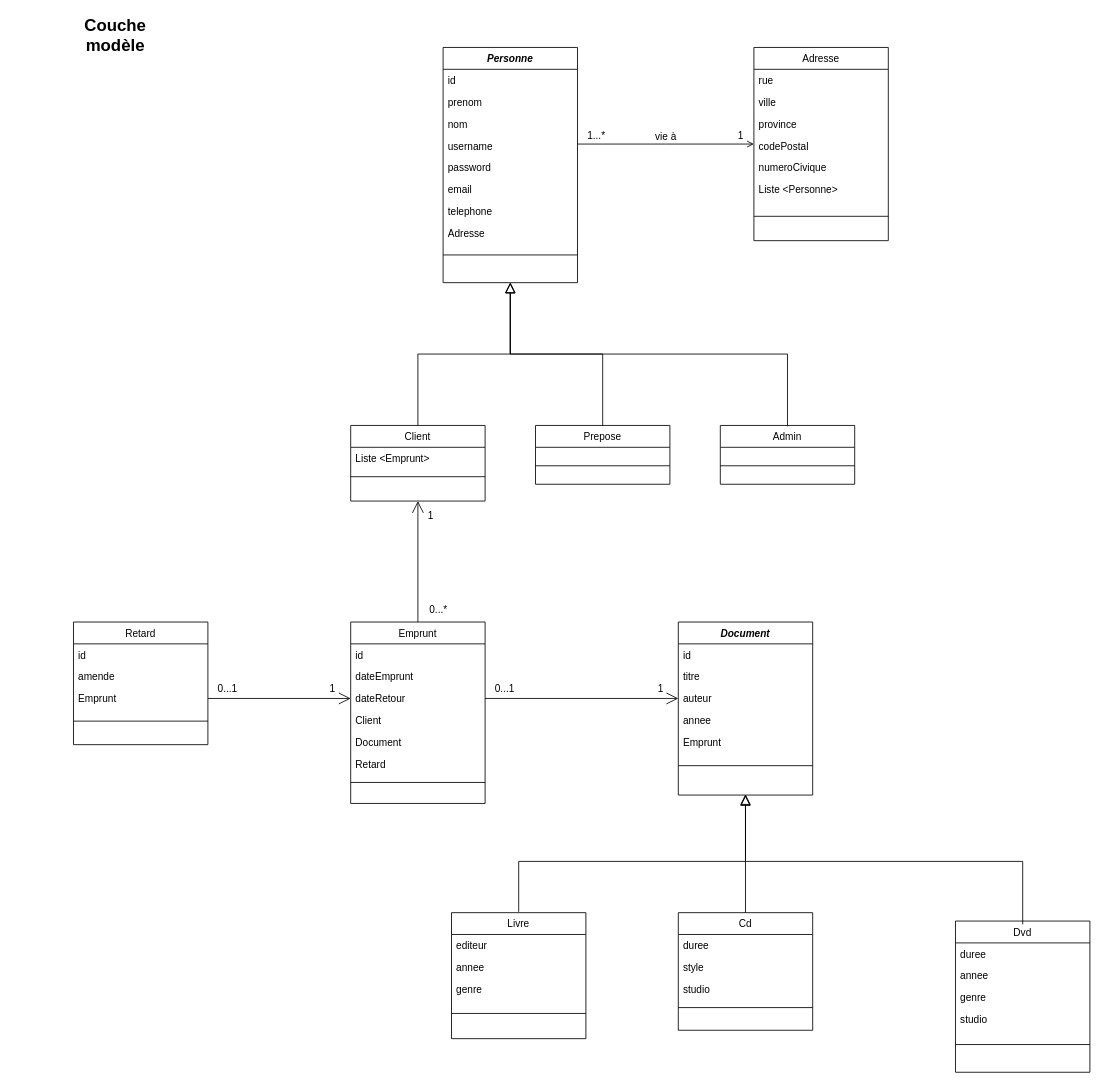
GCTWOrLD/gctTP2 keeps this draw.io diagram as GCT_Librarie_JavaTown.drawio. Above is the earlier version. Source tidied: cells renumbered, new cells numbered last; positions are measured from the earlier drawing's top-left corner, leaving out a move shared by most shapes. Both pictures are drawn from the tidied source at 84%, with x=0, y=0 at pixel (73, 22).
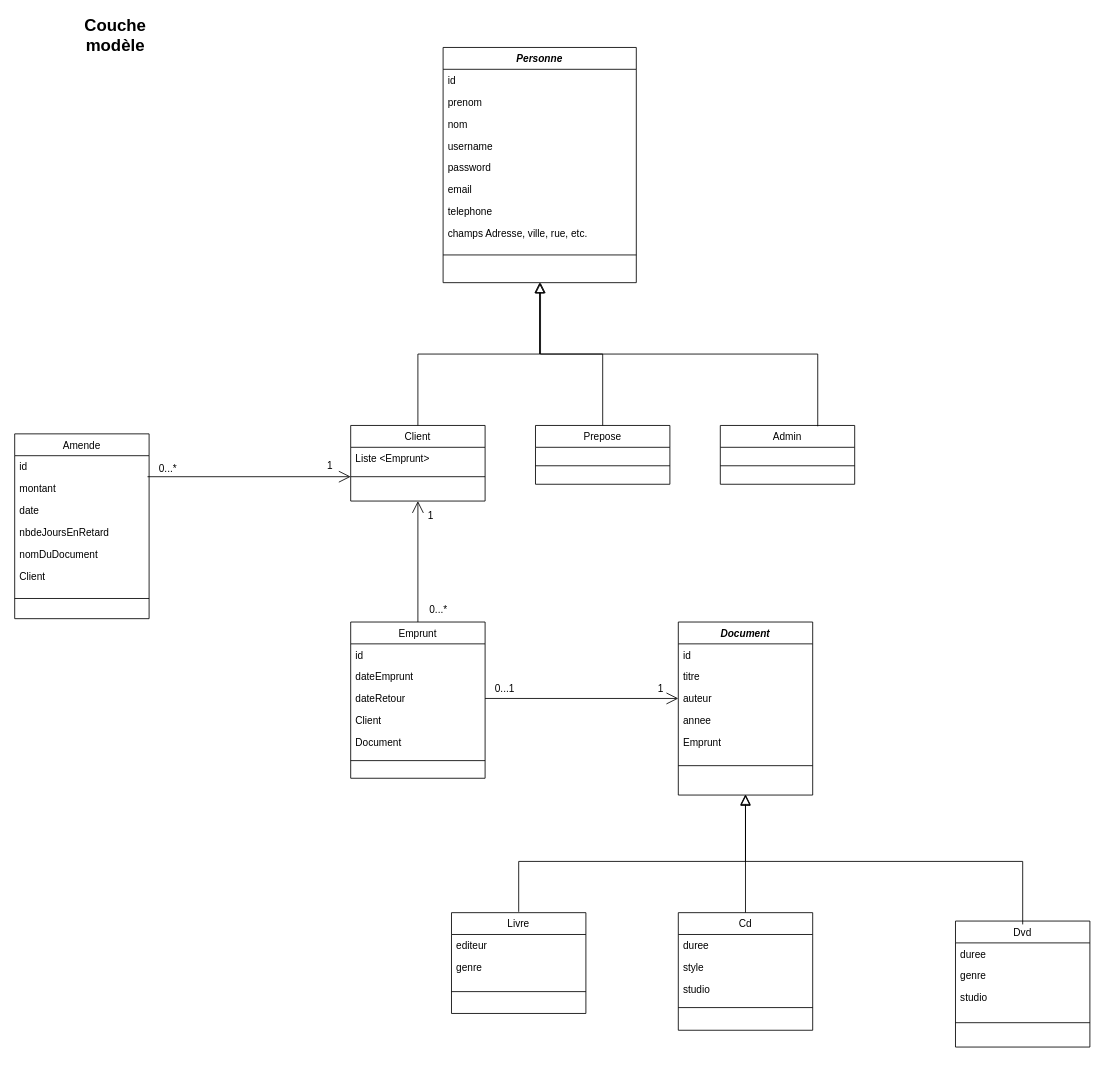
Above is the later version.

Commit message (it also covers changes not shown here):
Changements UML et couche Model pour TP2

Unchanged cells that the change refers to:
```xml
<mxCell id="37" value="dateRetour" style="text;align=left;verticalAlign=top;spacingLeft=4;spacingRight=4;overflow=hidden;points=[[0,0.5],[1,0.5]];portConstraint=eastwest;rounded=0;shadow=0;html=0;" parent="34" vertex="1">
  <mxGeometry y="78" width="160" height="26" as="geometry" />
</mxCell>
```

Diff of the diagram source:
```diff
@@
     <mxCell id="2" value="Personne" style="swimlane;fontStyle=3;align=center;verticalAlign=top;horizontal=1;startSize=26;rounded=0;shadow=0;strokeWidth=1;" parent="1" vertex="1">
-      <mxGeometry x="440" y="30" width="160" height="280" as="geometry" />
+      <mxGeometry x="440" y="30" width="230" height="280" as="geometry" />
     </mxCell>
     <mxCell id="3" value="id" style="text;align=left;verticalAlign=top;spacingLeft=4;spacingRight=4;overflow=hidden;" parent="2" vertex="1">
-      <mxGeometry y="26" width="160" height="26" as="geometry" />
+      <mxGeometry y="26" width="230" height="26" as="geometry" />
     </mxCell>
     <mxCell id="4" value="prenom" style="text;align=left;verticalAlign=top;spacingLeft=4;spacingRight=4;overflow=hidden;rounded=0;shadow=0;html=0;" parent="2" vertex="1">
-      <mxGeometry y="52" width="160" height="26" as="geometry" />
+      <mxGeometry y="52" width="230" height="26" as="geometry" />
     </mxCell>
     <mxCell id="5" value="nom" style="text;align=left;verticalAlign=top;spacingLeft=4;spacingRight=4;overflow=hidden;rounded=0;shadow=0;html=0;" parent="2" vertex="1">
-      <mxGeometry y="78" width="160" height="26" as="geometry" />
+      <mxGeometry y="78" width="230" height="26" as="geometry" />
     </mxCell>
     <mxCell id="6" value="username" style="text;align=left;verticalAlign=top;spacingLeft=4;spacingRight=4;overflow=hidden;rounded=0;shadow=0;html=0;" parent="2" vertex="1">
-      <mxGeometry y="104" width="160" height="26" as="geometry" />
+      <mxGeometry y="104" width="230" height="26" as="geometry" />
     </mxCell>
     <mxCell id="7" value="password" style="text;align=left;verticalAlign=top;spacingLeft=4;spacingRight=4;overflow=hidden;rounded=0;shadow=0;html=0;" parent="2" vertex="1">
-      <mxGeometry y="130" width="160" height="26" as="geometry" />
+      <mxGeometry y="130" width="230" height="26" as="geometry" />
     </mxCell>
     <mxCell id="8" value="email" style="text;align=left;verticalAlign=top;spacingLeft=4;spacingRight=4;overflow=hidden;rounded=0;shadow=0;html=0;" parent="2" vertex="1">
-      <mxGeometry y="156" width="160" height="26" as="geometry" />
+      <mxGeometry y="156" width="230" height="26" as="geometry" />
     </mxCell>
     <mxCell id="9" value="telephone" style="text;align=left;verticalAlign=top;spacingLeft=4;spacingRight=4;overflow=hidden;rounded=0;shadow=0;html=0;" parent="2" vertex="1">
-      <mxGeometry y="182" width="160" height="26" as="geometry" />
+      <mxGeometry y="182" width="230" height="26" as="geometry" />
     </mxCell>
-    <mxCell id="10" value="Adresse" style="text;align=left;verticalAlign=top;spacingLeft=4;spacingRight=4;overflow=hidden;rounded=0;shadow=0;html=0;" parent="2" vertex="1">
-      <mxGeometry y="208" width="160" height="26" as="geometry" />
+    <mxCell id="10" value="champs Adresse, ville, rue, etc." style="text;align=left;verticalAlign=top;spacingLeft=4;spacingRight=4;overflow=hidden;rounded=0;shadow=0;html=0;" parent="2" vertex="1">
+      <mxGeometry y="208" width="230" height="26" as="geometry" />
     </mxCell>
     <mxCell id="11" style="line;html=1;strokeWidth=1;align=left;verticalAlign=middle;spacingTop=-1;spacingLeft=3;spacingRight=3;labelPosition=right;" parent="2" vertex="1">
-      <mxGeometry y="234" width="160" height="26" as="geometry" />
+      <mxGeometry y="234" width="230" height="26" as="geometry" />
     </mxCell>
@@
-    <mxCell id="19" value="Adresse" style="swimlane;fontStyle=0;align=center;verticalAlign=top;horizontal=1;startSize=26;rounded=0;shadow=0;strokeWidth=1;" parent="1" vertex="1">
-      <mxGeometry x="810" y="30" width="160" height="230" as="geometry" />
-    </mxCell>
-    <mxCell id="20" value="rue" style="text;align=left;verticalAlign=top;spacingLeft=4;spacingRight=4;overflow=hidden;" parent="19" vertex="1">
-      <mxGeometry y="26" width="160" height="26" as="geometry" />
-    </mxCell>
-    <mxCell id="21" value="ville" style="text;align=left;verticalAlign=top;spacingLeft=4;spacingRight=4;overflow=hidden;rounded=0;shadow=0;html=0;" parent="19" vertex="1">
-      <mxGeometry y="52" width="160" height="26" as="geometry" />
-    </mxCell>
-    <mxCell id="22" value="province" style="text;align=left;verticalAlign=top;spacingLeft=4;spacingRight=4;overflow=hidden;rounded=0;shadow=0;html=0;" parent="19" vertex="1">
-      <mxGeometry y="78" width="160" height="26" as="geometry" />
-    </mxCell>
-    <mxCell id="23" value="codePostal" style="text;align=left;verticalAlign=top;spacingLeft=4;spacingRight=4;overflow=hidden;rounded=0;shadow=0;html=0;" parent="19" vertex="1">
-      <mxGeometry y="104" width="160" height="26" as="geometry" />
-    </mxCell>
-    <mxCell id="24" value="numeroCivique" style="text;align=left;verticalAlign=top;spacingLeft=4;spacingRight=4;overflow=hidden;rounded=0;shadow=0;html=0;" parent="19" vertex="1">
-      <mxGeometry y="130" width="160" height="26" as="geometry" />
-    </mxCell>
-    <mxCell id="25" value="Liste &lt;Personne&gt;" style="text;align=left;verticalAlign=top;spacingLeft=4;spacingRight=4;overflow=hidden;rounded=0;shadow=0;html=0;" parent="19" vertex="1">
-      <mxGeometry y="156" width="160" height="26" as="geometry" />
-    </mxCell>
-    <mxCell id="26" style="line;html=1;strokeWidth=1;align=left;verticalAlign=middle;spacingTop=-1;spacingLeft=3;spacingRight=3;labelPosition=right;" parent="19" vertex="1">
-      <mxGeometry y="182" width="160" height="38" as="geometry" />
-    </mxCell>
-    <mxCell id="27" style="endArrow=open;shadow=0;strokeWidth=1;rounded=0;endFill=1;edgeStyle=elbowEdgeStyle;elbow=vertical;" parent="1" edge="1" source="2" target="19">
-      <mxGeometry x="0.5" y="41" relative="1" as="geometry">
-        <mxPoint x="-40" y="32" as="offset" />
-      </mxGeometry>
-    </mxCell>
-    <mxCell id="28" value="1...*" style="align=left;verticalAlign=bottom;labelBackgroundColor=none;fontSize=12;" parent="27" vertex="1">
-      <mxGeometry x="-1" relative="1" as="geometry">
-        <mxPoint x="10" y="-2" as="offset" />
-      </mxGeometry>
-    </mxCell>
-    <mxCell id="29" value="1" style="align=right;verticalAlign=bottom;labelBackgroundColor=none;fontSize=12;" parent="27" vertex="1">
-      <mxGeometry x="1" relative="1" as="geometry">
-        <mxPoint x="-11" y="-2" as="offset" />
-      </mxGeometry>
-    </mxCell>
-    <mxCell id="30" value="vie à" style="text;html=1;align=center;verticalAlign=middle;labelBackgroundColor=none;rounded=0;shadow=0;strokeWidth=1;fontSize=12;" parent="27" vertex="1">
-      <mxGeometry x="0.5" y="49" relative="1" as="geometry">
-        <mxPoint x="-54" y="40" as="offset" />
-      </mxGeometry>
-    </mxCell>
@@
     <mxCell id="33" style="endArrow=block;endSize=10;endFill=0;shadow=0;strokeWidth=1;rounded=0;edgeStyle=elbowEdgeStyle;elbow=vertical;" parent="1" edge="1">
       <mxGeometry relative="1" as="geometry">
-        <mxPoint x="850" y="481" as="sourcePoint" />
-        <mxPoint x="520" y="310" as="targetPoint" />
+        <mxPoint x="886" y="481" as="sourcePoint" />
+        <mxPoint x="556" y="310" as="targetPoint" />
         <Array as="points">
-          <mxPoint x="550" y="395" />
-          <mxPoint x="610" y="406" />
+          <mxPoint x="586" y="395" />
+          <mxPoint x="646" y="406" />
         </Array>
       </mxGeometry>
     </mxCell>
     <mxCell id="34" value="Emprunt" style="swimlane;fontStyle=0;align=center;verticalAlign=top;horizontal=1;startSize=26;rounded=0;shadow=0;strokeWidth=1;" parent="1" vertex="1">
-      <mxGeometry x="330" y="714" width="160" height="216" as="geometry" />
+      <mxGeometry x="330" y="714" width="160" height="186" as="geometry" />
     </mxCell>
@@
-    <mxCell id="40" value="Retard" style="text;align=left;verticalAlign=top;spacingLeft=4;spacingRight=4;overflow=hidden;rounded=0;shadow=0;html=0;" parent="34" vertex="1">
-      <mxGeometry y="156" width="160" height="26" as="geometry" />
-    </mxCell>
     <mxCell id="41" style="line;html=1;strokeWidth=1;align=left;verticalAlign=middle;spacingTop=-1;spacingLeft=3;spacingRight=3;labelPosition=right;" parent="34" vertex="1">
-      <mxGeometry y="182" width="160" height="18" as="geometry" />
+      <mxGeometry y="156" width="160" height="18" as="geometry" />
     </mxCell>
@@
     <mxCell id="49" value="Livre" style="swimlane;fontStyle=0;align=center;verticalAlign=top;horizontal=1;startSize=26;rounded=0;shadow=0;strokeWidth=1;" parent="1" vertex="1">
-      <mxGeometry x="450" y="1060" width="160" height="150" as="geometry" />
+      <mxGeometry x="450" y="1060" width="160" height="120" as="geometry" />
     </mxCell>
@@
-    <mxCell id="51" value="annee" style="text;align=left;verticalAlign=top;spacingLeft=4;spacingRight=4;overflow=hidden;rounded=0;shadow=0;html=0;" parent="49" vertex="1">
-      <mxGeometry y="52" width="160" height="26" as="geometry" />
-    </mxCell>
     <mxCell id="52" value="genre" style="text;align=left;verticalAlign=top;spacingLeft=4;spacingRight=4;overflow=hidden;rounded=0;shadow=0;html=0;" parent="49" vertex="1">
-      <mxGeometry y="78" width="160" height="26" as="geometry" />
+      <mxGeometry y="52" width="160" height="26" as="geometry" />
     </mxCell>
     <mxCell id="53" style="line;html=1;strokeWidth=1;align=left;verticalAlign=middle;spacingTop=-1;spacingLeft=3;spacingRight=3;labelPosition=right;" parent="49" vertex="1">
-      <mxGeometry y="104" width="160" height="32" as="geometry" />
+      <mxGeometry y="78" width="160" height="32" as="geometry" />
     </mxCell>
@@
     <mxCell id="61" value="Dvd" style="swimlane;fontStyle=0;align=center;verticalAlign=top;horizontal=1;startSize=26;rounded=0;shadow=0;strokeWidth=1;" parent="1" vertex="1">
-      <mxGeometry x="1050" y="1070" width="160" height="180" as="geometry" />
+      <mxGeometry x="1050" y="1070" width="160" height="150" as="geometry" />
     </mxCell>
@@
-    <mxCell id="63" value="annee" style="text;align=left;verticalAlign=top;spacingLeft=4;spacingRight=4;overflow=hidden;rounded=0;shadow=0;html=0;" parent="61" vertex="1">
-      <mxGeometry y="52" width="160" height="26" as="geometry" />
-    </mxCell>
     <mxCell id="64" value="genre" style="text;align=left;verticalAlign=top;spacingLeft=4;spacingRight=4;overflow=hidden;rounded=0;shadow=0;html=0;" parent="61" vertex="1">
-      <mxGeometry y="78" width="160" height="26" as="geometry" />
+      <mxGeometry y="52" width="160" height="26" as="geometry" />
     </mxCell>
     <mxCell id="65" value="studio" style="text;align=left;verticalAlign=top;spacingLeft=4;spacingRight=4;overflow=hidden;rounded=0;shadow=0;html=0;" parent="61" vertex="1">
-      <mxGeometry y="104" width="160" height="26" as="geometry" />
+      <mxGeometry y="78" width="160" height="26" as="geometry" />
     </mxCell>
     <mxCell id="66" style="line;html=1;strokeWidth=1;align=left;verticalAlign=middle;spacingTop=-1;spacingLeft=3;spacingRight=3;labelPosition=right;" parent="61" vertex="1">
-      <mxGeometry y="130" width="160" height="34" as="geometry" />
+      <mxGeometry y="104" width="160" height="34" as="geometry" />
     </mxCell>
@@
-    <mxCell id="68" value="Retard" style="swimlane;fontStyle=0;align=center;verticalAlign=top;horizontal=1;startSize=26;rounded=0;shadow=0;strokeWidth=1;" parent="1" vertex="1">
-      <mxGeometry y="714" width="160" height="146" as="geometry" />
+    <mxCell id="68" value="Amende" style="swimlane;fontStyle=0;align=center;verticalAlign=top;horizontal=1;startSize=26;rounded=0;shadow=0;strokeWidth=1;" parent="1" vertex="1">
+      <mxGeometry x="-70" y="490" width="160" height="220" as="geometry" />
     </mxCell>
@@
-    <mxCell id="70" value="amende" style="text;align=left;verticalAlign=top;spacingLeft=4;spacingRight=4;overflow=hidden;points=[[0,0.5],[1,0.5]];portConstraint=eastwest;rounded=0;shadow=0;html=0;" parent="68" vertex="1">
+    <mxCell id="70" value="montant" style="text;align=left;verticalAlign=top;spacingLeft=4;spacingRight=4;overflow=hidden;points=[[0,0.5],[1,0.5]];portConstraint=eastwest;rounded=0;shadow=0;html=0;" parent="68" vertex="1">
       <mxGeometry y="52" width="160" height="26" as="geometry" />
     </mxCell>
-    <mxCell id="71" value="Emprunt" style="text;align=left;verticalAlign=top;spacingLeft=4;spacingRight=4;overflow=hidden;points=[[0,0.5],[1,0.5]];portConstraint=eastwest;rounded=0;shadow=0;html=0;" parent="68" vertex="1">
+    <mxCell id="71" value="date" style="text;align=left;verticalAlign=top;spacingLeft=4;spacingRight=4;overflow=hidden;points=[[0,0.5],[1,0.5]];portConstraint=eastwest;rounded=0;shadow=0;html=0;" parent="68" vertex="1">
       <mxGeometry y="78" width="160" height="26" as="geometry" />
     </mxCell>
+    <mxCell id="83" value="nbdeJoursEnRetard" style="text;align=left;verticalAlign=top;spacingLeft=4;spacingRight=4;overflow=hidden;rounded=0;shadow=0;html=0;" parent="68" vertex="1">
+      <mxGeometry y="104" width="160" height="26" as="geometry" />
+    </mxCell>
+    <mxCell id="84" value="nomDuDocument" style="text;align=left;verticalAlign=top;spacingLeft=4;spacingRight=4;overflow=hidden;rounded=0;shadow=0;html=0;" parent="68" vertex="1">
+      <mxGeometry y="130" width="160" height="26" as="geometry" />
+    </mxCell>
+    <mxCell id="85" value="Client" style="text;align=left;verticalAlign=top;spacingLeft=4;spacingRight=4;overflow=hidden;rounded=0;shadow=0;html=0;" parent="68" vertex="1">
+      <mxGeometry y="156" width="160" height="26" as="geometry" />
+    </mxCell>
     <mxCell id="72" style="line;html=1;strokeWidth=1;align=left;verticalAlign=middle;spacingTop=-1;spacingLeft=3;spacingRight=3;labelPosition=right;" parent="68" vertex="1">
-      <mxGeometry y="104" width="160" height="28" as="geometry" />
+      <mxGeometry y="182" width="160" height="28" as="geometry" />
     </mxCell>
-    <mxCell id="73" style="endArrow=open;endFill=1;endSize=12;html=1;rounded=0;exitX=1;exitY=0.5;exitDx=0;exitDy=0;entryX=0;entryY=0.5;entryDx=0;entryDy=0;" parent="1" edge="1" source="71" target="37">
-      <mxGeometry relative="1" as="geometry" />
+    <mxCell id="73" style="endArrow=open;endFill=1;endSize=12;html=1;rounded=0;exitX=0.988;exitY=-0.038;exitDx=0;exitDy=0;exitPerimeter=0;" parent="1" edge="1" source="70">
+      <mxGeometry relative="1" as="geometry">
+        <mxPoint x="330" y="541" as="targetPoint" />
+      </mxGeometry>
     </mxCell>
     <mxCell id="74" value="1" style="align=right;verticalAlign=bottom;labelBackgroundColor=none;fontSize=12;" parent="1" vertex="1">
-      <mxGeometry x="933" y="306" as="geometry">
+      <mxGeometry x="930" y="40" as="geometry">
         <mxPoint x="-620" y="496" as="offset" />
       </mxGeometry>
     </mxCell>
-    <mxCell id="75" value="0...1" style="align=left;verticalAlign=bottom;labelBackgroundColor=none;fontSize=12;direction=south;" parent="1" vertex="1">
-      <mxGeometry x="170" y="802" as="geometry" />
+    <mxCell id="75" value="0...*" style="align=left;verticalAlign=bottom;labelBackgroundColor=none;fontSize=12;direction=west;" parent="1" vertex="1">
+      <mxGeometry x="100" y="540" as="geometry" />
     </mxCell>
```
